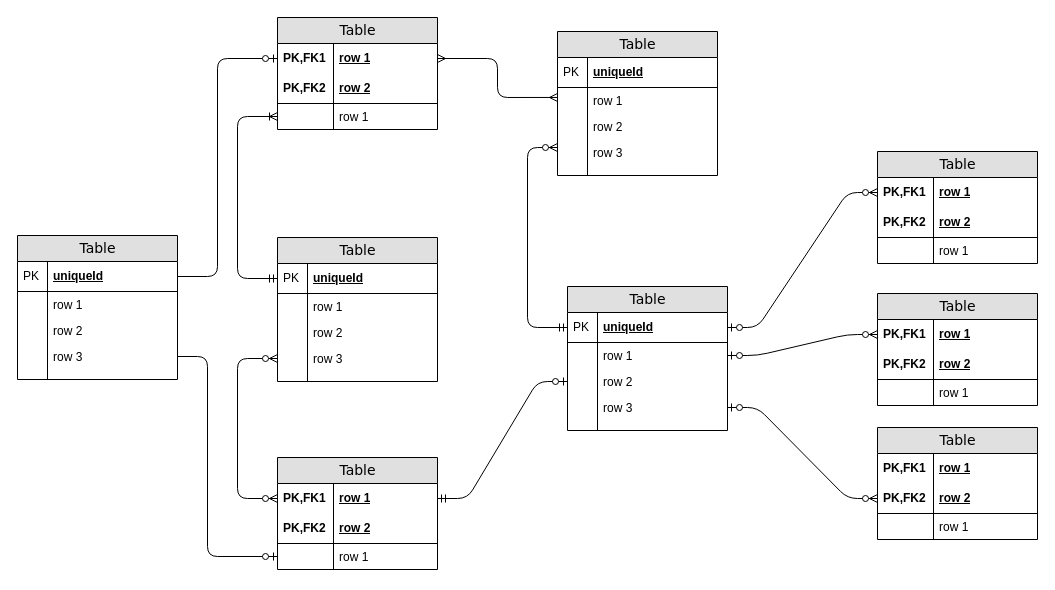
Earlier version of the draw.io diagram Untitled Diagram.drawio (ArsaLabs/Laravel9-Livewire-Booking-Rental). Source tidied: cells renumbered, new cells numbered last; positions are measured from the earlier drawing's top-left corner, leaving out a move shared by most shapes. Both pictures are drawn from the tidied source at 100%, with x=0, y=0 at pixel (17, 17).
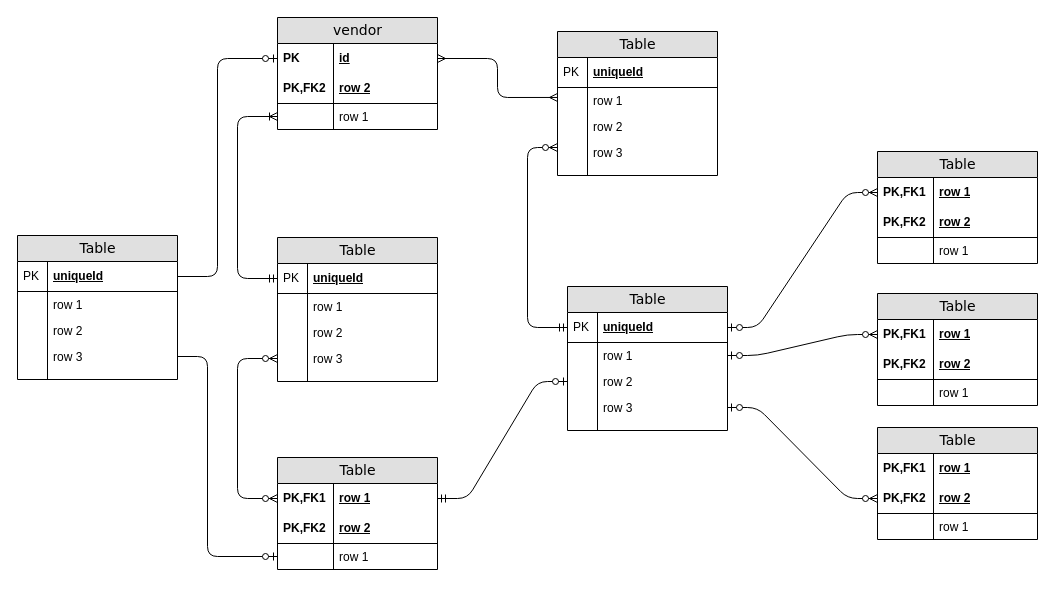
Above is the later version.

Change to the diagram source:
```diff
@@
-    <mxCell id="2" value="Table" style="swimlane;html=1;fontStyle=0;horizontal=1;startSize=26;fillColor=#e0e0e0;swimlaneFillColor=#ffffff;align=center;rounded=0;shadow=0;comic=0;labelBackgroundColor=none;strokeWidth=1;fontFamily=Verdana;fontSize=14;" parent="1" vertex="1">
+    <mxCell id="2" value="vendor" style="swimlane;html=1;fontStyle=0;horizontal=1;startSize=26;fillColor=#e0e0e0;swimlaneFillColor=#ffffff;align=center;rounded=0;shadow=0;comic=0;labelBackgroundColor=none;strokeWidth=1;fontFamily=Verdana;fontSize=14;" parent="1" vertex="1">
       <mxGeometry x="260" width="160" height="112" as="geometry" />
     </mxCell>
-    <mxCell id="3" value="row 1" style="shape=partialRectangle;top=0;left=0;right=0;bottom=0;html=1;align=left;verticalAlign=middle;fillColor=none;spacingLeft=60;spacingRight=4;whiteSpace=wrap;overflow=hidden;points=[[0,0.5],[1,0.5]];portConstraint=eastwest;fontStyle=5;" parent="2" vertex="1">
+    <mxCell id="3" value="id" style="shape=partialRectangle;top=0;left=0;right=0;bottom=0;html=1;align=left;verticalAlign=middle;fillColor=none;spacingLeft=60;spacingRight=4;whiteSpace=wrap;overflow=hidden;points=[[0,0.5],[1,0.5]];portConstraint=eastwest;fontStyle=5;" parent="2" vertex="1">
       <mxGeometry y="26" width="160" height="30" as="geometry" />
     </mxCell>
-    <mxCell id="4" value="PK,FK1" style="shape=partialRectangle;fontStyle=1;top=0;left=0;bottom=0;html=1;fillColor=none;align=left;verticalAlign=middle;spacingLeft=4;spacingRight=4;whiteSpace=wrap;overflow=hidden;" parent="3" vertex="1">
+    <mxCell id="4" value="PK" style="shape=partialRectangle;fontStyle=1;top=0;left=0;bottom=0;html=1;fillColor=none;align=left;verticalAlign=middle;spacingLeft=4;spacingRight=4;whiteSpace=wrap;overflow=hidden;" parent="3" vertex="1">
       <mxGeometry width="56" height="30" as="geometry" />
     </mxCell>
```
